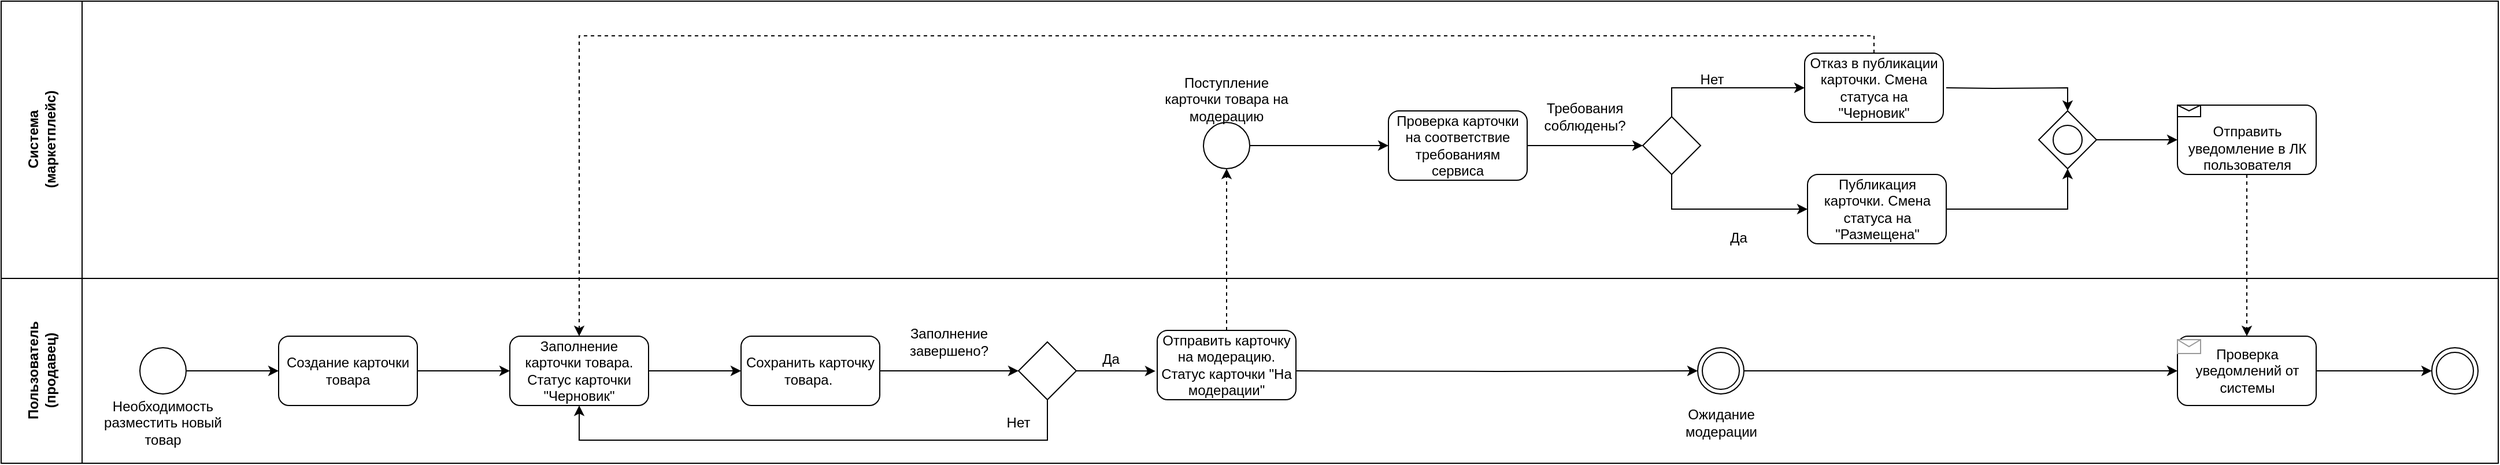
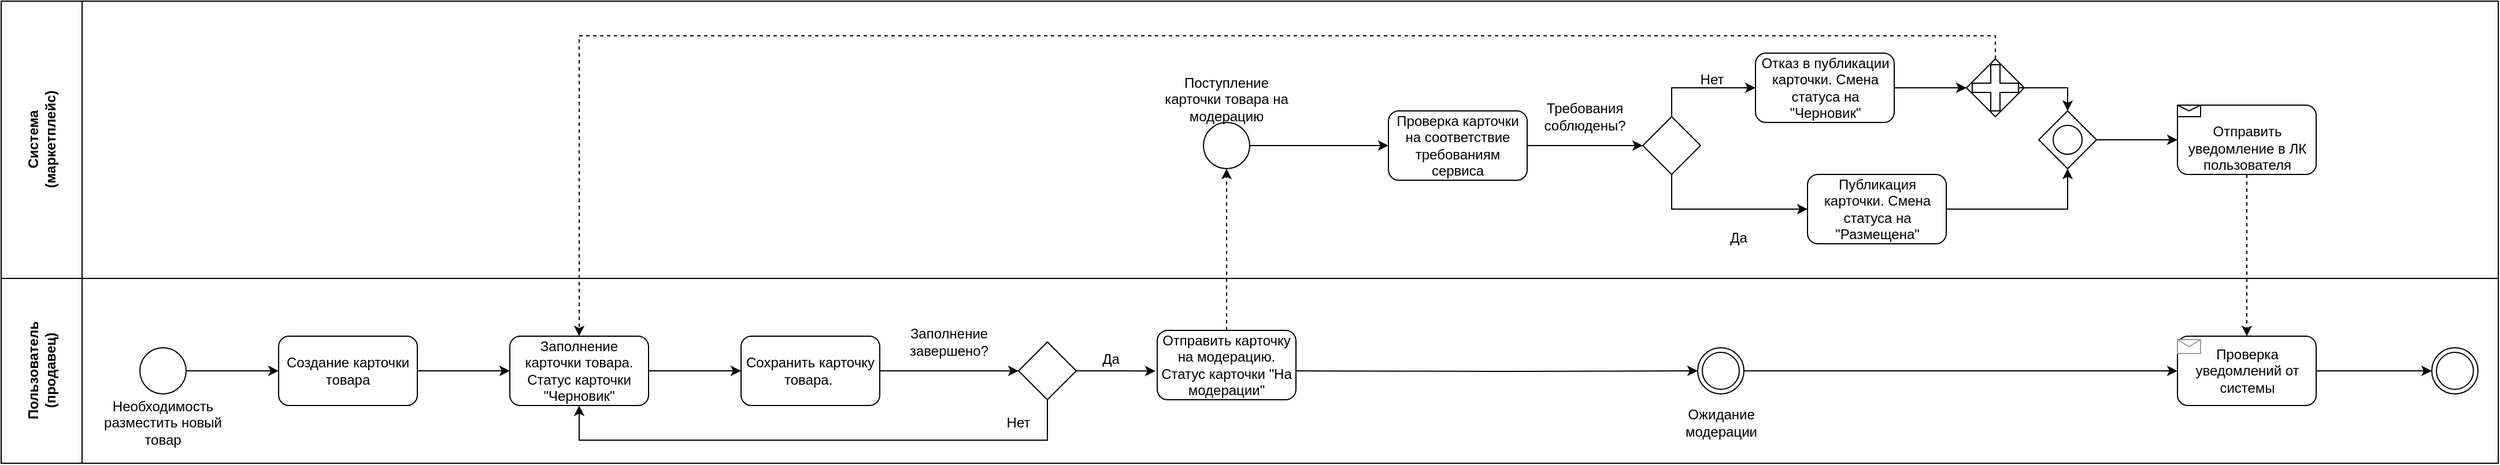
<mxfile host="app.diagrams.net">
  <diagram name="Страница-1" id="bCqnGirgA7KRL-EWpAqA">
    <mxGraphModel dx="2432" dy="1046" grid="1" gridSize="10" guides="1" tooltips="1" connect="1" arrows="1" fold="1" page="0" pageScale="1" pageWidth="827" pageHeight="1169" math="0" shadow="0">
      <root>
        <mxCell id="0" />
        <mxCell id="1" parent="0" />
        <mxCell id="Gdi8o8TUlqVirX3bWkUd-7" parent="1" style="swimlane;childLayout=stackLayout;resizeParent=1;resizeParentMax=0;horizontal=0;startSize=70;horizontalStack=0;html=1;fixedHeader=1;connectable=1;resizable=1;movable=1;editable=1;rotatable=1;deletable=1;locked=0;collapsible=1;dropTarget=0;" value="Пользователь&lt;div&gt;(продавец)&lt;/div&gt;" vertex="1">
          <mxGeometry height="160" width="2160" x="-1120" y="-80" as="geometry" />
        </mxCell>
        <mxCell id="Gdi8o8TUlqVirX3bWkUd-11" parent="1" style="swimlane;childLayout=stackLayout;resizeParent=1;resizeParentMax=0;horizontal=0;startSize=70;horizontalStack=0;html=1;dropTarget=0;" value="Система&lt;div&gt;(маркетплейс)&lt;/div&gt;" vertex="1">
          <mxGeometry height="240" width="2160" x="-1120" y="-320" as="geometry" />
        </mxCell>
        <mxCell id="Gdi8o8TUlqVirX3bWkUd-22" edge="1" parent="1" source="Gdi8o8TUlqVirX3bWkUd-13" style="edgeStyle=orthogonalEdgeStyle;rounded=0;orthogonalLoop=1;jettySize=auto;html=1;entryX=0;entryY=0.5;entryDx=0;entryDy=0;" target="Gdi8o8TUlqVirX3bWkUd-15">
          <mxGeometry relative="1" as="geometry" />
        </mxCell>
        <mxCell id="Gdi8o8TUlqVirX3bWkUd-13" parent="1" style="ellipse;whiteSpace=wrap;html=1;aspect=fixed;fillColor=none;" value="" vertex="1">
          <mxGeometry height="40" width="40" x="-1000" y="-19.999999999999886" as="geometry" />
        </mxCell>
        <mxCell id="Gdi8o8TUlqVirX3bWkUd-14" parent="1" style="text;html=1;whiteSpace=wrap;strokeColor=none;fillColor=none;align=center;verticalAlign=middle;rounded=0;connectable=1;allowArrows=1;recursiveResize=1;expand=1;editable=1;movable=1;resizable=1;rotatable=0;deletable=1;locked=0;" value="Необходимость разместить новый товар" vertex="1">
          <mxGeometry height="50" width="110" x="-1035" y="20" as="geometry" />
        </mxCell>
        <mxCell id="Gdi8o8TUlqVirX3bWkUd-23" edge="1" parent="1" source="Gdi8o8TUlqVirX3bWkUd-15" style="edgeStyle=orthogonalEdgeStyle;rounded=0;orthogonalLoop=1;jettySize=auto;html=1;entryX=0;entryY=0.5;entryDx=0;entryDy=0;" target="Gdi8o8TUlqVirX3bWkUd-20">
          <mxGeometry relative="1" as="geometry" />
        </mxCell>
        <mxCell id="Gdi8o8TUlqVirX3bWkUd-15" parent="1" style="rounded=1;whiteSpace=wrap;html=1;" value="Создание карточки товара" vertex="1">
          <mxGeometry height="60" width="120" x="-880" y="-30" as="geometry" />
        </mxCell>
        <mxCell id="Gdi8o8TUlqVirX3bWkUd-25" edge="1" parent="1" source="Gdi8o8TUlqVirX3bWkUd-17" style="edgeStyle=orthogonalEdgeStyle;rounded=0;orthogonalLoop=1;jettySize=auto;html=1;exitX=1;exitY=0.5;exitDx=0;exitDy=0;entryX=0;entryY=0.5;entryDx=0;entryDy=0;" target="Gdi8o8TUlqVirX3bWkUd-18">
          <mxGeometry relative="1" as="geometry" />
        </mxCell>
        <mxCell id="Gdi8o8TUlqVirX3bWkUd-17" parent="1" style="rounded=1;whiteSpace=wrap;html=1;" value="Сохранить карточку товара.&amp;nbsp;" vertex="1">
          <mxGeometry height="60" width="120" x="-480" y="-30" as="geometry" />
        </mxCell>
        <mxCell id="Gdi8o8TUlqVirX3bWkUd-18" parent="1" style="rhombus;whiteSpace=wrap;html=1;" value="" vertex="1">
          <mxGeometry height="50" width="50" x="-240" y="-25" as="geometry" />
        </mxCell>
        <mxCell id="Gdi8o8TUlqVirX3bWkUd-19" parent="1" style="text;html=1;whiteSpace=wrap;strokeColor=none;fillColor=none;align=center;verticalAlign=middle;rounded=0;" value="Заполнение завершено?" vertex="1">
          <mxGeometry height="30" width="60" x="-330" y="-40" as="geometry" />
        </mxCell>
        <mxCell id="Gdi8o8TUlqVirX3bWkUd-24" edge="1" parent="1" source="Gdi8o8TUlqVirX3bWkUd-20" style="edgeStyle=orthogonalEdgeStyle;rounded=0;orthogonalLoop=1;jettySize=auto;html=1;exitX=1;exitY=0.5;exitDx=0;exitDy=0;entryX=0;entryY=0.5;entryDx=0;entryDy=0;" target="Gdi8o8TUlqVirX3bWkUd-17">
          <mxGeometry relative="1" as="geometry" />
        </mxCell>
        <mxCell id="Gdi8o8TUlqVirX3bWkUd-20" parent="1" style="rounded=1;whiteSpace=wrap;html=1;" value="Заполнение карточки товара. Статус карточки &quot;Черновик&quot;" vertex="1">
          <mxGeometry height="60" width="120" x="-680" y="-30" as="geometry" />
        </mxCell>
        <mxCell id="Gdi8o8TUlqVirX3bWkUd-36" edge="1" parent="1" source="Gdi8o8TUlqVirX3bWkUd-21" style="edgeStyle=orthogonalEdgeStyle;rounded=0;orthogonalLoop=1;jettySize=auto;html=1;exitX=0.5;exitY=0;exitDx=0;exitDy=0;dashed=1;entryX=0.5;entryY=1;entryDx=0;entryDy=0;" target="Gdi8o8TUlqVirX3bWkUd-31">
          <mxGeometry relative="1" as="geometry" />
        </mxCell>
        <mxCell id="Gdi8o8TUlqVirX3bWkUd-21" parent="1" style="rounded=1;whiteSpace=wrap;html=1;" value="Отправить карточку на модерацию. Статус карточки &quot;На модерации&quot;" vertex="1">
          <mxGeometry height="60" width="120" x="-120" y="-35" as="geometry" />
        </mxCell>
        <mxCell id="Gdi8o8TUlqVirX3bWkUd-26" edge="1" parent="1" source="Gdi8o8TUlqVirX3bWkUd-18" style="edgeStyle=orthogonalEdgeStyle;rounded=0;orthogonalLoop=1;jettySize=auto;html=1;exitX=0.5;exitY=1;exitDx=0;exitDy=0;entryX=0.5;entryY=1;entryDx=0;entryDy=0;" target="Gdi8o8TUlqVirX3bWkUd-20">
          <mxGeometry relative="1" as="geometry">
            <Array as="points">
              <mxPoint x="-215" y="60" />
              <mxPoint x="-620" y="60" />
            </Array>
          </mxGeometry>
        </mxCell>
        <mxCell id="Gdi8o8TUlqVirX3bWkUd-27" parent="1" style="text;html=1;whiteSpace=wrap;strokeColor=none;fillColor=none;align=center;verticalAlign=middle;rounded=0;" value="Нет" vertex="1">
          <mxGeometry height="30" width="60" x="-270" y="30" as="geometry" />
        </mxCell>
        <mxCell id="Gdi8o8TUlqVirX3bWkUd-28" edge="1" parent="1" source="Gdi8o8TUlqVirX3bWkUd-18" style="edgeStyle=orthogonalEdgeStyle;rounded=0;orthogonalLoop=1;jettySize=auto;html=1;exitX=1;exitY=0.5;exitDx=0;exitDy=0;entryX=-0.013;entryY=0.587;entryDx=0;entryDy=0;entryPerimeter=0;" target="Gdi8o8TUlqVirX3bWkUd-21">
          <mxGeometry relative="1" as="geometry" />
        </mxCell>
        <mxCell id="Gdi8o8TUlqVirX3bWkUd-29" parent="1" style="text;html=1;whiteSpace=wrap;strokeColor=none;fillColor=none;align=center;verticalAlign=middle;rounded=0;" value="Да" vertex="1">
          <mxGeometry height="30" width="60" x="-190" y="-25" as="geometry" />
        </mxCell>
        <mxCell id="Gdi8o8TUlqVirX3bWkUd-31" parent="1" style="ellipse;whiteSpace=wrap;html=1;aspect=fixed;fillColor=none;" value="" vertex="1">
          <mxGeometry height="40" width="40" x="-80" y="-214.9999999999999" as="geometry" />
        </mxCell>
        <mxCell id="Gdi8o8TUlqVirX3bWkUd-32" parent="1" style="text;html=1;whiteSpace=wrap;strokeColor=none;fillColor=none;align=center;verticalAlign=middle;rounded=0;" value="Поступление карточки товара на модерацию" vertex="1">
          <mxGeometry height="60" width="120" x="-120" y="-265" as="geometry" />
        </mxCell>
        <mxCell id="Gdi8o8TUlqVirX3bWkUd-35" edge="1" parent="1" source="Gdi8o8TUlqVirX3bWkUd-31" style="edgeStyle=orthogonalEdgeStyle;rounded=0;orthogonalLoop=1;jettySize=auto;html=1;">
          <mxGeometry relative="1" as="geometry">
            <mxPoint x="80" y="-195" as="targetPoint" />
          </mxGeometry>
        </mxCell>
        <mxCell id="Gdi8o8TUlqVirX3bWkUd-60" edge="1" parent="1" source="Gdi8o8TUlqVirX3bWkUd-37" style="edgeStyle=orthogonalEdgeStyle;rounded=0;orthogonalLoop=1;jettySize=auto;html=1;entryX=0;entryY=0.5;entryDx=0;entryDy=0;" target="Gdi8o8TUlqVirX3bWkUd-48">
          <mxGeometry relative="1" as="geometry" />
        </mxCell>
        <mxCell id="Gdi8o8TUlqVirX3bWkUd-37" parent="1" style="ellipse;shape=doubleEllipse;whiteSpace=wrap;html=1;aspect=fixed;" value="" vertex="1">
          <mxGeometry height="40" width="40" x="347.5" y="-20" as="geometry" />
        </mxCell>
        <mxCell id="Gdi8o8TUlqVirX3bWkUd-38" parent="1" style="text;html=1;whiteSpace=wrap;strokeColor=none;fillColor=none;align=center;verticalAlign=middle;rounded=0;" value="Ожидание модерации" vertex="1">
          <mxGeometry height="30" width="60" x="337.5" y="30" as="geometry" />
        </mxCell>
        <mxCell id="Gdi8o8TUlqVirX3bWkUd-39" edge="1" parent="1" style="edgeStyle=orthogonalEdgeStyle;rounded=0;orthogonalLoop=1;jettySize=auto;html=1;entryX=0;entryY=0.5;entryDx=0;entryDy=0;" target="Gdi8o8TUlqVirX3bWkUd-37">
          <mxGeometry relative="1" as="geometry">
            <mxPoint as="sourcePoint" />
          </mxGeometry>
        </mxCell>
        <mxCell id="Gdi8o8TUlqVirX3bWkUd-46" edge="1" parent="1" source="Gdi8o8TUlqVirX3bWkUd-40" style="edgeStyle=orthogonalEdgeStyle;rounded=0;orthogonalLoop=1;jettySize=auto;html=1;entryX=0;entryY=0.5;entryDx=0;entryDy=0;">
          <mxGeometry relative="1" as="geometry">
            <mxPoint x="300" y="-195" as="targetPoint" />
          </mxGeometry>
        </mxCell>
        <mxCell id="Gdi8o8TUlqVirX3bWkUd-40" parent="1" style="rounded=1;whiteSpace=wrap;html=1;" value="Проверка карточки на соответствие требованиям сервиса" vertex="1">
          <mxGeometry height="60" width="120" x="80" y="-225" as="geometry" />
        </mxCell>
-         <mxCell id="Gdi8o8TUlqVirX3bWkUd-51" edge="1" parent="1" source="Gdi8o8TUlqVirX3bWkUd-66" style="edgeStyle=orthogonalEdgeStyle;rounded=0;orthogonalLoop=1;jettySize=auto;html=1;dashed=1;exitX=0.5;exitY=0;exitDx=0;exitDy=0;">
+         <mxCell id="Gdi8o8TUlqVirX3bWkUd-51" edge="1" parent="1" source="PaO1Qy7Af-6XjJVU2j9O-2" style="edgeStyle=orthogonalEdgeStyle;rounded=0;orthogonalLoop=1;jettySize=auto;html=1;dashed=1;exitX=0.5;exitY=0;exitDx=0;exitDy=0;">
          <mxGeometry relative="1" as="geometry">
            <Array as="points">
-               <mxPoint x="500" y="-290" />
+               <mxPoint x="605" y="-290" />
              <mxPoint x="-620" y="-290" />
-               <mxPoint x="-620" y="-30" />
            </Array>
            <mxPoint x="500" y="-290" as="sourcePoint" />
            <mxPoint x="-620" y="-30" as="targetPoint" />
          </mxGeometry>
        </mxCell>
        <mxCell id="Gdi8o8TUlqVirX3bWkUd-44" parent="1" style="text;html=1;whiteSpace=wrap;strokeColor=none;fillColor=none;align=center;verticalAlign=middle;rounded=0;" value="Требования соблюдены?" vertex="1">
          <mxGeometry height="30" width="60" x="220" y="-235" as="geometry" />
        </mxCell>
        <mxCell id="Gdi8o8TUlqVirX3bWkUd-63" edge="1" parent="1" source="Gdi8o8TUlqVirX3bWkUd-48" style="edgeStyle=orthogonalEdgeStyle;rounded=0;orthogonalLoop=1;jettySize=auto;html=1;entryX=0;entryY=0.5;entryDx=0;entryDy=0;" target="Gdi8o8TUlqVirX3bWkUd-61">
          <mxGeometry relative="1" as="geometry" />
        </mxCell>
        <mxCell id="Gdi8o8TUlqVirX3bWkUd-48" parent="1" style="rounded=1;whiteSpace=wrap;html=1;" value="&lt;div&gt;Проверка уведомлений от системы&lt;/div&gt;" vertex="1">
          <mxGeometry height="60" width="120" x="762.5" y="-30" as="geometry" />
        </mxCell>
        <mxCell id="Gdi8o8TUlqVirX3bWkUd-49" parent="1" style="verticalLabelPosition=bottom;shadow=0;dashed=0;align=center;html=1;verticalAlign=top;strokeWidth=1;shape=mxgraph.mockup.misc.mail2;strokeColor=#999999;" value="" vertex="1">
          <mxGeometry height="12" width="20" x="762.5" y="-27" as="geometry" />
        </mxCell>
        <mxCell id="Gdi8o8TUlqVirX3bWkUd-50" parent="1" style="text;html=1;whiteSpace=wrap;strokeColor=none;fillColor=none;align=center;verticalAlign=middle;rounded=0;" value="Нет" vertex="1">
          <mxGeometry height="30" width="60" x="330" y="-267.5" as="geometry" />
        </mxCell>
        <mxCell id="Gdi8o8TUlqVirX3bWkUd-57" edge="1" parent="1" source="Gdi8o8TUlqVirX3bWkUd-52" style="edgeStyle=orthogonalEdgeStyle;rounded=0;orthogonalLoop=1;jettySize=auto;html=1;entryX=0;entryY=0.5;entryDx=0;entryDy=0;exitX=0.5;exitY=1;exitDx=0;exitDy=0;" target="Gdi8o8TUlqVirX3bWkUd-56">
          <mxGeometry relative="1" as="geometry">
            <mxPoint x="422.5" y="-140" as="targetPoint" />
          </mxGeometry>
        </mxCell>
        <mxCell id="PaO1Qy7Af-6XjJVU2j9O-1" edge="1" parent="1" source="Gdi8o8TUlqVirX3bWkUd-52" style="edgeStyle=orthogonalEdgeStyle;rounded=0;orthogonalLoop=1;jettySize=auto;html=1;entryX=0;entryY=0.5;entryDx=0;entryDy=0;exitX=0.5;exitY=0;exitDx=0;exitDy=0;" target="Gdi8o8TUlqVirX3bWkUd-66">
          <mxGeometry relative="1" as="geometry" />
        </mxCell>
        <mxCell id="Gdi8o8TUlqVirX3bWkUd-52" parent="1" style="rhombus;whiteSpace=wrap;html=1;" value="" vertex="1">
          <mxGeometry height="50" width="50" x="300" y="-220" as="geometry" />
        </mxCell>
        <mxCell id="Gdi8o8TUlqVirX3bWkUd-55" parent="1" style="text;html=1;whiteSpace=wrap;strokeColor=none;fillColor=none;align=center;verticalAlign=middle;rounded=0;" value="Да" vertex="1">
          <mxGeometry height="30" width="60" x="352.5" y="-130" as="geometry" />
        </mxCell>
        <mxCell id="Gdi8o8TUlqVirX3bWkUd-64" edge="1" parent="1" source="Gdi8o8TUlqVirX3bWkUd-56" style="edgeStyle=orthogonalEdgeStyle;rounded=0;orthogonalLoop=1;jettySize=auto;html=1;entryX=0.5;entryY=1;entryDx=0;entryDy=0;" target="Gdi8o8TUlqVirX3bWkUd-69">
          <mxGeometry relative="1" as="geometry">
            <mxPoint x="732.5" y="-200" as="targetPoint" />
          </mxGeometry>
        </mxCell>
        <mxCell id="Gdi8o8TUlqVirX3bWkUd-56" parent="1" style="rounded=1;whiteSpace=wrap;html=1;" value="Публикация карточки. Смена статуса на &quot;Размещена&quot;" vertex="1">
          <mxGeometry height="60" width="120" x="442.5" y="-170" as="geometry" />
        </mxCell>
        <mxCell id="Gdi8o8TUlqVirX3bWkUd-72" edge="1" parent="1" source="Gdi8o8TUlqVirX3bWkUd-58" style="edgeStyle=orthogonalEdgeStyle;rounded=0;orthogonalLoop=1;jettySize=auto;html=1;entryX=0.5;entryY=0;entryDx=0;entryDy=0;dashed=1;" target="Gdi8o8TUlqVirX3bWkUd-48">
          <mxGeometry relative="1" as="geometry" />
        </mxCell>
        <mxCell id="Gdi8o8TUlqVirX3bWkUd-58" parent="1" style="rounded=1;whiteSpace=wrap;html=1;" value="&lt;div&gt;&lt;br&gt;&lt;/div&gt;&lt;div&gt;Отправить уведомление в ЛК пользователя&lt;/div&gt;" vertex="1">
          <mxGeometry height="60" width="120" x="762.5" y="-230" as="geometry" />
        </mxCell>
        <mxCell id="Gdi8o8TUlqVirX3bWkUd-59" parent="1" style="shape=message;html=1;html=1;outlineConnect=0;labelPosition=center;verticalLabelPosition=bottom;align=center;verticalAlign=top;" value="" vertex="1">
          <mxGeometry height="10" width="20" x="762.5" y="-230" as="geometry" />
        </mxCell>
        <mxCell id="Gdi8o8TUlqVirX3bWkUd-61" parent="1" style="ellipse;shape=doubleEllipse;whiteSpace=wrap;html=1;aspect=fixed;" value="" vertex="1">
          <mxGeometry height="40" width="40" x="982.5" y="-20" as="geometry" />
        </mxCell>
-         <mxCell id="Gdi8o8TUlqVirX3bWkUd-68" edge="1" parent="1" style="edgeStyle=orthogonalEdgeStyle;rounded=0;orthogonalLoop=1;jettySize=auto;html=1;entryX=0.5;entryY=0;entryDx=0;entryDy=0;" target="Gdi8o8TUlqVirX3bWkUd-69">
-           <mxGeometry relative="1" as="geometry">
-             <mxPoint x="562.5" y="-245" as="sourcePoint" />
-             <mxPoint x="732.5" y="-200" as="targetPoint" />
-           </mxGeometry>
+         <mxCell id="PaO1Qy7Af-6XjJVU2j9O-4" edge="1" parent="1" source="Gdi8o8TUlqVirX3bWkUd-66" style="edgeStyle=orthogonalEdgeStyle;rounded=0;orthogonalLoop=1;jettySize=auto;html=1;entryX=0;entryY=0.5;entryDx=0;entryDy=0;" target="PaO1Qy7Af-6XjJVU2j9O-2">
+           <mxGeometry relative="1" as="geometry" />
        </mxCell>
        <mxCell id="Gdi8o8TUlqVirX3bWkUd-66" parent="1" style="rounded=1;whiteSpace=wrap;html=1;" value="Отказ в публикации карточки. Смена статуса на &quot;Черновик&quot;" vertex="1">
-           <mxGeometry height="60" width="120" x="440" y="-275" as="geometry" />
+           <mxGeometry height="60" width="120" x="397.5" y="-275" as="geometry" />
        </mxCell>
        <mxCell id="Gdi8o8TUlqVirX3bWkUd-71" edge="1" parent="1" source="Gdi8o8TUlqVirX3bWkUd-69" style="edgeStyle=orthogonalEdgeStyle;rounded=0;orthogonalLoop=1;jettySize=auto;html=1;entryX=0;entryY=0.5;entryDx=0;entryDy=0;" target="Gdi8o8TUlqVirX3bWkUd-58">
          <mxGeometry relative="1" as="geometry" />
        </mxCell>
        <mxCell id="Gdi8o8TUlqVirX3bWkUd-69" parent="1" style="rhombus;whiteSpace=wrap;html=1;" value="" vertex="1">
          <mxGeometry height="50" width="50" x="642.5" y="-225" as="geometry" />
        </mxCell>
        <mxCell id="Gdi8o8TUlqVirX3bWkUd-70" parent="1" style="ellipse;whiteSpace=wrap;html=1;aspect=fixed;fillColor=none;" value="" vertex="1">
          <mxGeometry height="25" width="25" x="655" y="-212.5" as="geometry" />
        </mxCell>
+         <mxCell id="PaO1Qy7Af-6XjJVU2j9O-2" parent="1" style="rhombus;whiteSpace=wrap;html=1;" value="" vertex="1">
+           <mxGeometry height="50" width="50" x="580" y="-270" as="geometry" />
+         </mxCell>
+         <mxCell id="PaO1Qy7Af-6XjJVU2j9O-5" edge="1" parent="1" source="PaO1Qy7Af-6XjJVU2j9O-3" style="edgeStyle=orthogonalEdgeStyle;rounded=0;orthogonalLoop=1;jettySize=auto;html=1;entryX=0.5;entryY=0;entryDx=0;entryDy=0;" target="Gdi8o8TUlqVirX3bWkUd-69">
+           <mxGeometry relative="1" as="geometry" />
+         </mxCell>
+         <mxCell id="PaO1Qy7Af-6XjJVU2j9O-3" parent="1" style="shape=cross;whiteSpace=wrap;html=1;" value="" vertex="1">
+           <mxGeometry height="40" width="40" x="585" y="-265" as="geometry" />
+         </mxCell>
      </root>
    </mxGraphModel>
  </diagram>
</mxfile>
